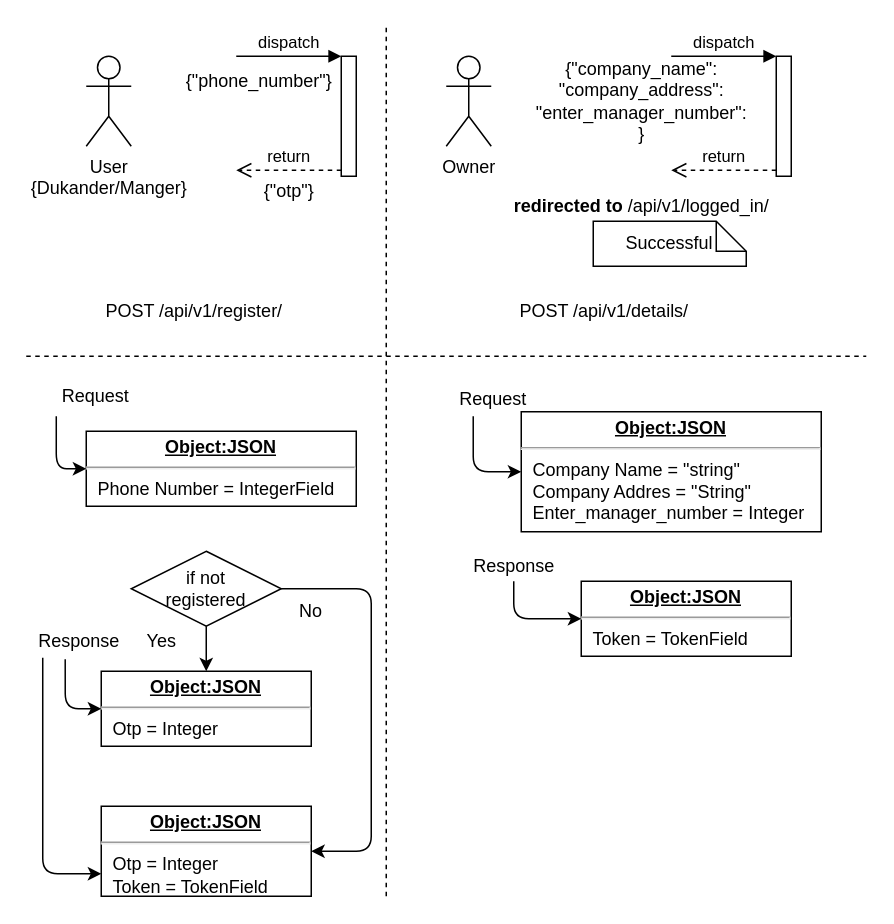
This is dmr_onboard_api_workflow.drawio from RounakSpotings/Spot, a draw.io file, before an edit. Source tidied: cells renumbered, new cells numbered last; positions are measured from the earlier drawing's top-left corner, leaving out a move shared by most shapes. Both pictures are drawn from the tidied source at 150%, with x=0, y=0 at pixel (26, 26).
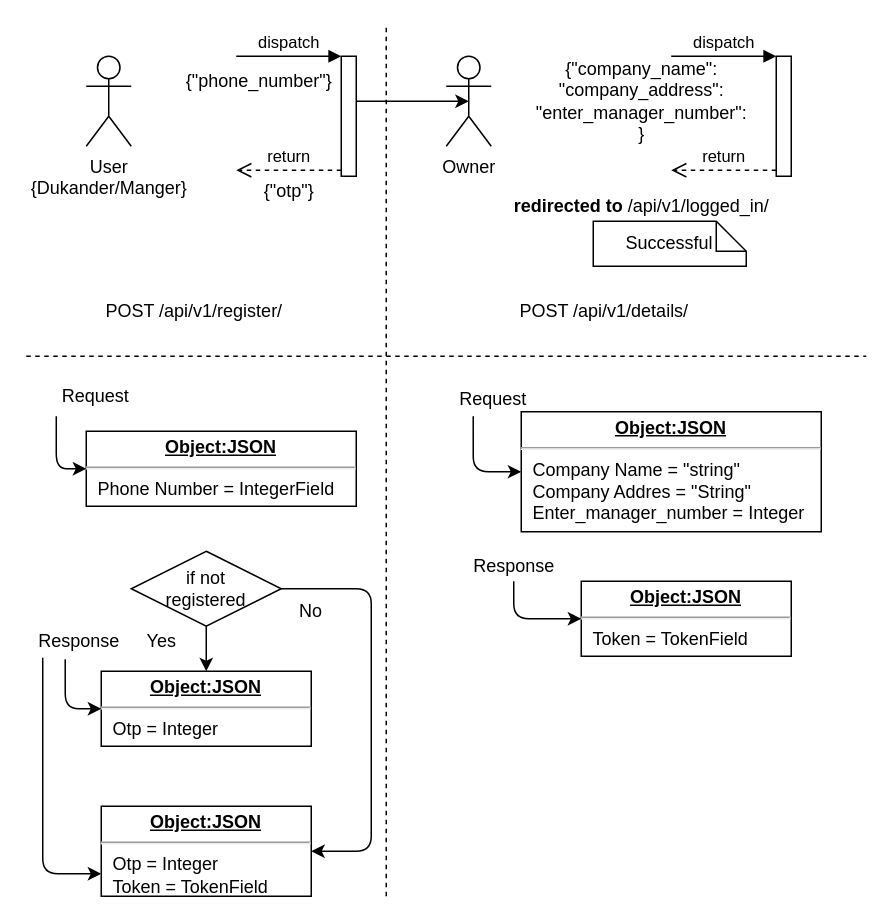
After the change.

The change refers to these unchanged cells:
```xml
<mxCell id="3" style="html=1;points=[];perimeter=orthogonalPerimeter;" parent="1" vertex="1">
  <mxGeometry x="210" y="20" width="10" height="80" as="geometry" />
</mxCell>
<mxCell id="9" value="Owner" style="shape=umlActor;verticalLabelPosition=bottom;labelBackgroundColor=#ffffff;verticalAlign=top;html=1;outlineConnect=0;" parent="1" vertex="1">
  <mxGeometry x="280" y="20" width="30" height="60" as="geometry" />
</mxCell>
```

Change to the diagram source:
```diff
@@
+    <mxCell id="38" style="endArrow=classic;html=1;entryX=0.5;entryY=0.5;entryDx=0;entryDy=0;entryPerimeter=0;exitX=1;exitY=0.375;exitDx=0;exitDy=0;exitPerimeter=0;" parent="1" edge="1" source="3" target="9">
+      <mxGeometry relative="1" as="geometry" />
+    </mxCell>
```
